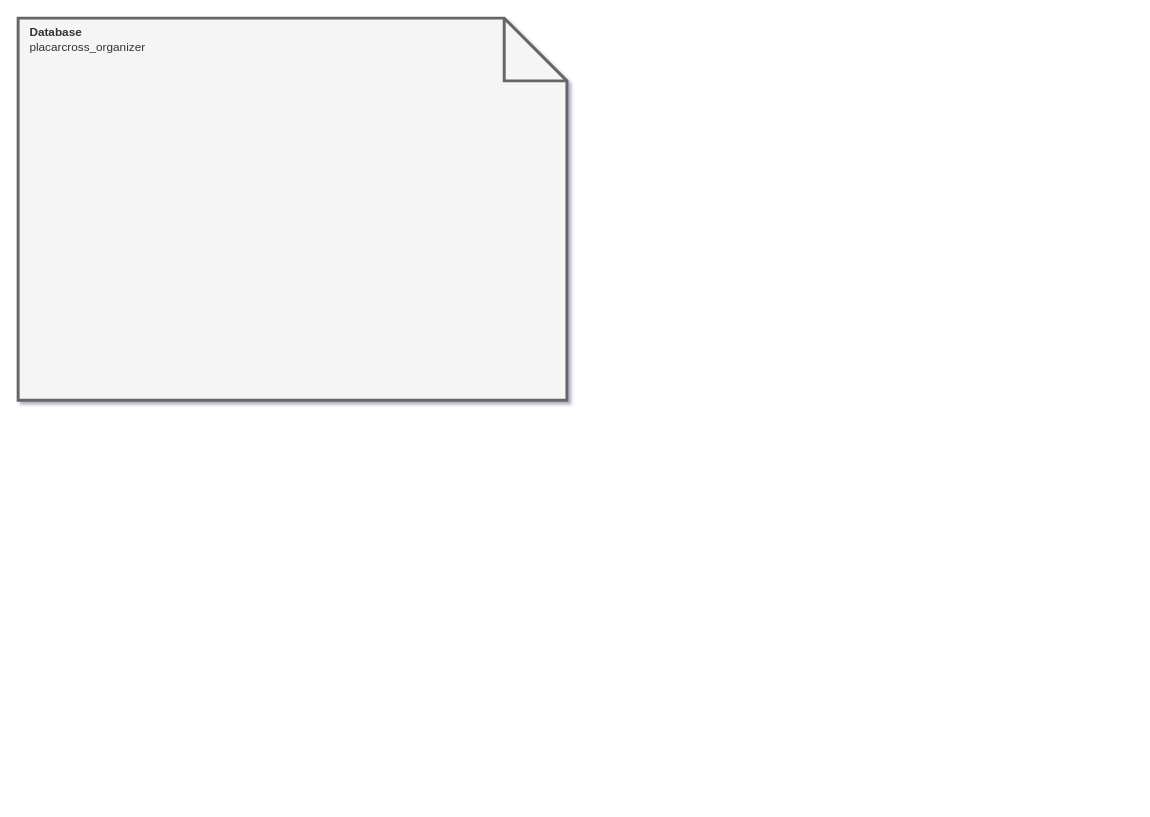
sandromaia87/crossfit keeps this draw.io diagram as page "DB - ORGANIZER" (1 of 4) of relacionamento.drawio. Above is the earlier version. Source tidied: cells renumbered, new cells numbered last; positions are measured from the earlier drawing's top-left corner, leaving out a move shared by most shapes. Both pictures are drawn from the tidied source at 98%, with x=0, y=0 at pixel (18, 18).
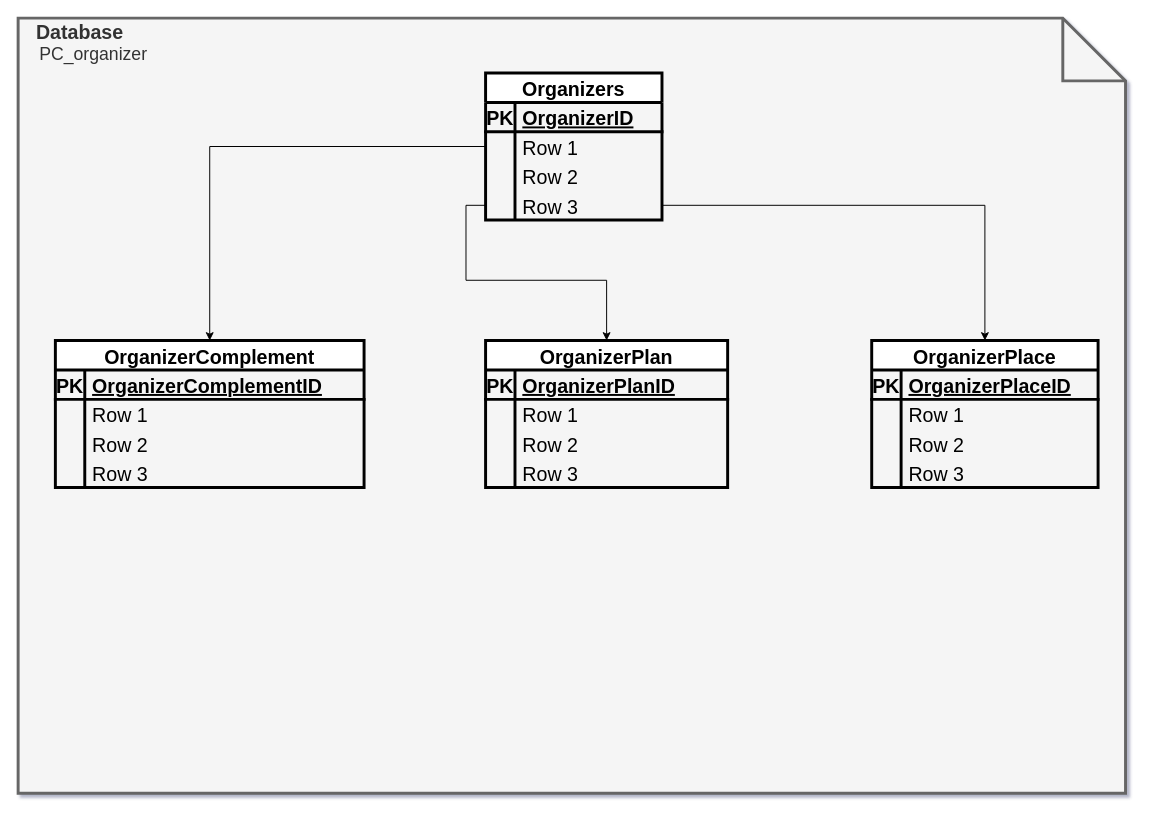
The same diagram, later.

What changed in the source:
```diff
@@
-    <mxCell id="2" value="&lt;div&gt;&amp;nbsp;&amp;nbsp; &lt;b&gt;Database&lt;/b&gt; &lt;br&gt;&lt;/div&gt;&lt;div&gt;&amp;nbsp;&amp;nbsp; placarcross_organizer&lt;br&gt;&lt;/div&gt;&lt;div&gt;&lt;br&gt;&lt;/div&gt;&lt;div&gt;&lt;br&gt;&lt;/div&gt;&lt;div&gt;&lt;br&gt;&lt;/div&gt;&lt;div&gt;&lt;br&gt;&lt;/div&gt;&lt;div&gt;&lt;br&gt;&lt;/div&gt;&lt;div&gt;&lt;br&gt;&lt;/div&gt;&lt;div&gt;&lt;br&gt;&lt;/div&gt;&lt;div&gt;&lt;br&gt;&lt;/div&gt;&lt;div&gt;&lt;br&gt;&lt;/div&gt;&lt;div&gt;&lt;br&gt;&lt;/div&gt;&lt;div&gt;&lt;br&gt;&lt;/div&gt;&lt;div&gt;&lt;br&gt;&lt;/div&gt;&lt;div&gt;&lt;br&gt;&lt;/div&gt;&lt;div&gt;&lt;br&gt;&lt;/div&gt;&lt;div&gt;&lt;br&gt;&lt;/div&gt;&lt;div&gt;&lt;br&gt;&lt;/div&gt;&lt;div&gt;&lt;br&gt;&lt;/div&gt;&lt;div&gt;&lt;br&gt;&lt;/div&gt;&lt;div&gt;&lt;br&gt;&lt;/div&gt;&lt;div&gt;&lt;br&gt;&lt;/div&gt;&lt;div&gt;&lt;br&gt;&lt;/div&gt;&lt;div&gt;&lt;br&gt;&lt;/div&gt;&lt;div&gt;&lt;br&gt;&lt;/div&gt;&lt;div&gt;&lt;br&gt;&lt;/div&gt;" style="shape=note;size=64;whiteSpace=wrap;html=1;align=left;fillColor=#f5f5f5;fontColor=#333333;strokeColor=#666666;gradientColor=none;strokeWidth=3;" parent="1" vertex="1">
-      <mxGeometry width="560" height="390" as="geometry" />
+    <mxCell id="2" value="&lt;div style=&quot;font-size: 20px;&quot;&gt;&lt;font style=&quot;font-size: 20px;&quot;&gt;&amp;nbsp;&amp;nbsp; &lt;b&gt;Database &lt;/b&gt;&lt;br&gt;&lt;/font&gt;&lt;/div&gt;&lt;div style=&quot;font-size: 18px;&quot;&gt;&lt;font style=&quot;font-size: 18px;&quot;&gt;&amp;nbsp; &amp;nbsp; PC_organizer&lt;br&gt;&lt;/font&gt;&lt;/div&gt;&lt;div style=&quot;font-size: 18px;&quot;&gt;&lt;font style=&quot;font-size: 18px;&quot;&gt;&lt;br&gt;&lt;/font&gt;&lt;/div&gt;&lt;div style=&quot;font-size: 18px;&quot;&gt;&lt;font style=&quot;font-size: 18px;&quot;&gt;&lt;br&gt;&lt;/font&gt;&lt;/div&gt;&lt;div style=&quot;font-size: 18px;&quot;&gt;&lt;font style=&quot;font-size: 18px;&quot;&gt;&lt;br&gt;&lt;/font&gt;&lt;/div&gt;&lt;div style=&quot;font-size: 18px;&quot;&gt;&lt;font style=&quot;font-size: 18px;&quot;&gt;&lt;br&gt;&lt;/font&gt;&lt;/div&gt;&lt;div style=&quot;font-size: 18px;&quot;&gt;&lt;font style=&quot;font-size: 18px;&quot;&gt;&lt;br&gt;&lt;/font&gt;&lt;/div&gt;&lt;div style=&quot;font-size: 18px;&quot;&gt;&lt;font style=&quot;font-size: 18px;&quot;&gt;&lt;br&gt;&lt;/font&gt;&lt;/div&gt;&lt;div style=&quot;font-size: 18px;&quot;&gt;&lt;font style=&quot;font-size: 18px;&quot;&gt;&lt;br&gt;&lt;/font&gt;&lt;/div&gt;&lt;div style=&quot;font-size: 18px;&quot;&gt;&lt;font style=&quot;font-size: 18px;&quot;&gt;&lt;br&gt;&lt;/font&gt;&lt;/div&gt;&lt;div style=&quot;font-size: 18px;&quot;&gt;&lt;font style=&quot;font-size: 18px;&quot;&gt;&lt;br&gt;&lt;/font&gt;&lt;/div&gt;&lt;div style=&quot;font-size: 18px;&quot;&gt;&lt;font style=&quot;font-size: 18px;&quot;&gt;&lt;br&gt;&lt;/font&gt;&lt;/div&gt;&lt;div style=&quot;font-size: 18px;&quot;&gt;&lt;font style=&quot;font-size: 18px;&quot;&gt;&lt;br&gt;&lt;/font&gt;&lt;/div&gt;&lt;div style=&quot;font-size: 18px;&quot;&gt;&lt;font style=&quot;font-size: 18px;&quot;&gt;&lt;br&gt;&lt;/font&gt;&lt;/div&gt;&lt;div style=&quot;font-size: 18px;&quot;&gt;&lt;font style=&quot;font-size: 18px;&quot;&gt;&lt;br&gt;&lt;/font&gt;&lt;/div&gt;&lt;div style=&quot;font-size: 18px;&quot;&gt;&lt;font style=&quot;font-size: 18px;&quot;&gt;&lt;br&gt;&lt;/font&gt;&lt;/div&gt;&lt;div style=&quot;font-size: 18px;&quot;&gt;&lt;font style=&quot;font-size: 18px;&quot;&gt;&lt;br&gt;&lt;/font&gt;&lt;/div&gt;&lt;div style=&quot;font-size: 18px;&quot;&gt;&lt;font style=&quot;font-size: 18px;&quot;&gt;&lt;br&gt;&lt;/font&gt;&lt;/div&gt;&lt;div style=&quot;font-size: 18px;&quot;&gt;&lt;font style=&quot;font-size: 18px;&quot;&gt;&lt;br&gt;&lt;/font&gt;&lt;/div&gt;&lt;div style=&quot;font-size: 18px;&quot;&gt;&lt;font style=&quot;font-size: 18px;&quot;&gt;&lt;br&gt;&lt;/font&gt;&lt;/div&gt;&lt;div style=&quot;font-size: 18px;&quot;&gt;&lt;font style=&quot;font-size: 18px;&quot;&gt;&lt;br&gt;&lt;/font&gt;&lt;/div&gt;&lt;div style=&quot;font-size: 18px;&quot;&gt;&lt;font style=&quot;font-size: 18px;&quot;&gt;&lt;br&gt;&lt;/font&gt;&lt;/div&gt;&lt;div style=&quot;font-size: 18px;&quot;&gt;&lt;font style=&quot;font-size: 18px;&quot;&gt;&lt;br&gt;&lt;/font&gt;&lt;/div&gt;&lt;div style=&quot;font-size: 18px;&quot;&gt;&lt;font style=&quot;font-size: 18px;&quot;&gt;&lt;br&gt;&lt;/font&gt;&lt;/div&gt;&lt;div style=&quot;font-size: 18px;&quot;&gt;&lt;font style=&quot;font-size: 18px;&quot;&gt;&lt;br&gt;&lt;/font&gt;&lt;/div&gt;&lt;div style=&quot;font-size: 18px;&quot;&gt;&lt;font style=&quot;font-size: 18px;&quot;&gt;&lt;br&gt;&lt;/font&gt;&lt;/div&gt;&lt;div style=&quot;font-size: 18px;&quot;&gt;&lt;font style=&quot;font-size: 18px;&quot;&gt;&lt;br&gt;&lt;/font&gt;&lt;/div&gt;&lt;div style=&quot;font-size: 18px;&quot;&gt;&lt;font style=&quot;font-size: 18px;&quot;&gt;&lt;br&gt;&lt;/font&gt;&lt;/div&gt;&lt;div style=&quot;font-size: 18px;&quot;&gt;&lt;font style=&quot;font-size: 18px;&quot;&gt;&lt;br&gt;&lt;/font&gt;&lt;/div&gt;&lt;div style=&quot;font-size: 18px;&quot;&gt;&lt;font style=&quot;font-size: 18px;&quot;&gt;&lt;br&gt;&lt;/font&gt;&lt;/div&gt;&lt;div style=&quot;font-size: 18px;&quot;&gt;&lt;font style=&quot;font-size: 18px;&quot;&gt;&lt;br&gt;&lt;/font&gt;&lt;/div&gt;&lt;div&gt;&lt;br&gt;&lt;/div&gt;&lt;div&gt;&lt;br&gt;&lt;/div&gt;&lt;div&gt;&lt;br&gt;&lt;/div&gt;&lt;div&gt;&lt;br&gt;&lt;/div&gt;&lt;div&gt;&lt;br&gt;&lt;/div&gt;&lt;div&gt;&lt;br&gt;&lt;/div&gt;&lt;div&gt;&lt;br&gt;&lt;/div&gt;&lt;div&gt;&lt;br&gt;&lt;/div&gt;" style="shape=note;size=64;whiteSpace=wrap;html=1;align=left;fillColor=#f5f5f5;fontColor=#333333;strokeColor=#666666;gradientColor=none;strokeWidth=3;" parent="1" vertex="1">
+      <mxGeometry width="1130" height="791" as="geometry" />
     </mxCell>
+    <mxCell id="3" value="OrganizerComplement" style="shape=table;startSize=30;childLayout=tableLayout;rowLines=0;fontStyle=1;align=center;strokeWidth=3;fontSize=20;gradientColor=none;" parent="1" vertex="1">
+      <mxGeometry x="38" y="329" width="315" height="150" as="geometry" />
+    </mxCell>
+    <mxCell id="4" style="shape=tableRow;horizontal=0;startSize=0;swimlaneHead=0;swimlaneBody=0;fillColor=none;top=0;left=0;right=0;bottom=1;strokeWidth=3;fontSize=20;" parent="3" vertex="1">
+      <mxGeometry y="30" width="315" height="30" as="geometry" />
+    </mxCell>
+    <mxCell id="5" value="PK" style="shape=partialRectangle;fillColor=none;top=0;left=0;bottom=0;right=0;fontStyle=1;overflow=hidden;strokeWidth=3;fontSize=20;" parent="4" vertex="1">
+      <mxGeometry width="30" height="30" as="geometry" />
+    </mxCell>
+    <mxCell id="6" value="OrganizerComplementID" style="shape=partialRectangle;fillColor=none;top=0;left=0;bottom=0;right=0;align=left;spacingLeft=6;fontStyle=5;overflow=hidden;strokeWidth=3;fontSize=20;" parent="4" vertex="1">
+      <mxGeometry x="30" width="285" height="30" as="geometry" />
+    </mxCell>
+    <mxCell id="7" style="shape=tableRow;horizontal=0;startSize=0;swimlaneHead=0;swimlaneBody=0;fillColor=none;top=0;left=0;right=0;bottom=0;strokeWidth=3;fontSize=20;" parent="3" vertex="1">
+      <mxGeometry y="60" width="315" height="30" as="geometry" />
+    </mxCell>
+    <mxCell id="8" style="shape=partialRectangle;fillColor=none;top=0;left=0;bottom=0;right=0;overflow=hidden;strokeWidth=3;fontSize=20;" parent="7" vertex="1">
+      <mxGeometry width="30" height="30" as="geometry" />
+    </mxCell>
+    <mxCell id="9" value="Row 1" style="shape=partialRectangle;fillColor=none;top=0;left=0;bottom=0;right=0;align=left;spacingLeft=6;overflow=hidden;strokeWidth=3;fontSize=20;" parent="7" vertex="1">
+      <mxGeometry x="30" width="285" height="30" as="geometry" />
+    </mxCell>
+    <mxCell id="10" style="shape=tableRow;horizontal=0;startSize=0;swimlaneHead=0;swimlaneBody=0;fillColor=none;top=0;left=0;right=0;bottom=0;strokeWidth=3;fontSize=20;" parent="3" vertex="1">
+      <mxGeometry y="90" width="315" height="30" as="geometry" />
+    </mxCell>
+    <mxCell id="11" style="shape=partialRectangle;fillColor=none;top=0;left=0;bottom=0;right=0;overflow=hidden;strokeWidth=3;fontSize=20;" parent="10" vertex="1">
+      <mxGeometry width="30" height="30" as="geometry" />
+    </mxCell>
+    <mxCell id="12" value="Row 2" style="shape=partialRectangle;fillColor=none;top=0;left=0;bottom=0;right=0;align=left;spacingLeft=6;overflow=hidden;strokeWidth=3;fontSize=20;" parent="10" vertex="1">
+      <mxGeometry x="30" width="285" height="30" as="geometry" />
+    </mxCell>
+    <mxCell id="13" style="shape=tableRow;horizontal=0;startSize=0;swimlaneHead=0;swimlaneBody=0;fillColor=none;top=0;left=0;right=0;bottom=0;strokeWidth=3;fontSize=20;" parent="3" vertex="1">
+      <mxGeometry y="120" width="315" height="30" as="geometry" />
+    </mxCell>
+    <mxCell id="14" style="shape=partialRectangle;fillColor=none;top=0;left=0;bottom=0;right=0;overflow=hidden;strokeWidth=3;fontSize=20;" parent="13" vertex="1">
+      <mxGeometry width="30" height="30" as="geometry" />
+    </mxCell>
+    <mxCell id="15" value="Row 3" style="shape=partialRectangle;fillColor=none;top=0;left=0;bottom=0;right=0;align=left;spacingLeft=6;overflow=hidden;strokeWidth=3;fontSize=20;" parent="13" vertex="1">
+      <mxGeometry x="30" width="285" height="30" as="geometry" />
+    </mxCell>
+    <mxCell id="16" value="OrganizerPlan" style="shape=table;startSize=30;childLayout=tableLayout;rowLines=0;fontStyle=1;align=center;strokeWidth=3;fontSize=20;gradientColor=none;" parent="1" vertex="1">
+      <mxGeometry x="477" y="329" width="247" height="150" as="geometry" />
+    </mxCell>
+    <mxCell id="17" style="shape=tableRow;horizontal=0;startSize=0;swimlaneHead=0;swimlaneBody=0;fillColor=none;top=0;left=0;right=0;bottom=1;strokeWidth=3;fontSize=20;" parent="16" vertex="1">
+      <mxGeometry y="30" width="247" height="30" as="geometry" />
+    </mxCell>
+    <mxCell id="18" value="PK" style="shape=partialRectangle;fillColor=none;top=0;left=0;bottom=0;right=0;fontStyle=1;overflow=hidden;strokeWidth=3;fontSize=20;" parent="17" vertex="1">
+      <mxGeometry width="30" height="30" as="geometry" />
+    </mxCell>
+    <mxCell id="19" value="OrganizerPlanID" style="shape=partialRectangle;fillColor=none;top=0;left=0;bottom=0;right=0;align=left;spacingLeft=6;fontStyle=5;overflow=hidden;strokeWidth=3;fontSize=20;" parent="17" vertex="1">
+      <mxGeometry x="30" width="217" height="30" as="geometry" />
+    </mxCell>
+    <mxCell id="20" style="shape=tableRow;horizontal=0;startSize=0;swimlaneHead=0;swimlaneBody=0;fillColor=none;top=0;left=0;right=0;bottom=0;strokeWidth=3;fontSize=20;" parent="16" vertex="1">
+      <mxGeometry y="60" width="247" height="30" as="geometry" />
+    </mxCell>
+    <mxCell id="21" style="shape=partialRectangle;fillColor=none;top=0;left=0;bottom=0;right=0;overflow=hidden;strokeWidth=3;fontSize=20;" parent="20" vertex="1">
+      <mxGeometry width="30" height="30" as="geometry" />
+    </mxCell>
+    <mxCell id="22" value="Row 1" style="shape=partialRectangle;fillColor=none;top=0;left=0;bottom=0;right=0;align=left;spacingLeft=6;overflow=hidden;strokeWidth=3;fontSize=20;" parent="20" vertex="1">
+      <mxGeometry x="30" width="217" height="30" as="geometry" />
+    </mxCell>
+    <mxCell id="23" style="shape=tableRow;horizontal=0;startSize=0;swimlaneHead=0;swimlaneBody=0;fillColor=none;top=0;left=0;right=0;bottom=0;strokeWidth=3;fontSize=20;" parent="16" vertex="1">
+      <mxGeometry y="90" width="247" height="30" as="geometry" />
+    </mxCell>
+    <mxCell id="24" style="shape=partialRectangle;fillColor=none;top=0;left=0;bottom=0;right=0;overflow=hidden;strokeWidth=3;fontSize=20;" parent="23" vertex="1">
+      <mxGeometry width="30" height="30" as="geometry" />
+    </mxCell>
+    <mxCell id="25" value="Row 2" style="shape=partialRectangle;fillColor=none;top=0;left=0;bottom=0;right=0;align=left;spacingLeft=6;overflow=hidden;strokeWidth=3;fontSize=20;" parent="23" vertex="1">
+      <mxGeometry x="30" width="217" height="30" as="geometry" />
+    </mxCell>
+    <mxCell id="26" style="shape=tableRow;horizontal=0;startSize=0;swimlaneHead=0;swimlaneBody=0;fillColor=none;top=0;left=0;right=0;bottom=0;strokeWidth=3;fontSize=20;" parent="16" vertex="1">
+      <mxGeometry y="120" width="247" height="30" as="geometry" />
+    </mxCell>
+    <mxCell id="27" style="shape=partialRectangle;fillColor=none;top=0;left=0;bottom=0;right=0;overflow=hidden;strokeWidth=3;fontSize=20;" parent="26" vertex="1">
+      <mxGeometry width="30" height="30" as="geometry" />
+    </mxCell>
+    <mxCell id="28" value="Row 3" style="shape=partialRectangle;fillColor=none;top=0;left=0;bottom=0;right=0;align=left;spacingLeft=6;overflow=hidden;strokeWidth=3;fontSize=20;" parent="26" vertex="1">
+      <mxGeometry x="30" width="217" height="30" as="geometry" />
+    </mxCell>
+    <mxCell id="29" value="OrganizerPlace" style="shape=table;startSize=30;childLayout=tableLayout;rowLines=0;fontStyle=1;align=center;strokeWidth=3;fontSize=20;gradientColor=none;" parent="1" vertex="1">
+      <mxGeometry x="871" y="329" width="231" height="150" as="geometry" />
+    </mxCell>
+    <mxCell id="30" style="shape=tableRow;horizontal=0;startSize=0;swimlaneHead=0;swimlaneBody=0;fillColor=none;top=0;left=0;right=0;bottom=1;strokeWidth=3;fontSize=20;" parent="29" vertex="1">
+      <mxGeometry y="30" width="231" height="30" as="geometry" />
+    </mxCell>
+    <mxCell id="31" value="PK" style="shape=partialRectangle;fillColor=none;top=0;left=0;bottom=0;right=0;fontStyle=1;overflow=hidden;strokeWidth=3;fontSize=20;" parent="30" vertex="1">
+      <mxGeometry width="30" height="30" as="geometry" />
+    </mxCell>
+    <mxCell id="32" value="OrganizerPlaceID" style="shape=partialRectangle;fillColor=none;top=0;left=0;bottom=0;right=0;align=left;spacingLeft=6;fontStyle=5;overflow=hidden;strokeWidth=3;fontSize=20;" parent="30" vertex="1">
+      <mxGeometry x="30" width="201" height="30" as="geometry" />
+    </mxCell>
+    <mxCell id="33" style="shape=tableRow;horizontal=0;startSize=0;swimlaneHead=0;swimlaneBody=0;fillColor=none;top=0;left=0;right=0;bottom=0;strokeWidth=3;fontSize=20;" parent="29" vertex="1">
+      <mxGeometry y="60" width="231" height="30" as="geometry" />
+    </mxCell>
+    <mxCell id="34" style="shape=partialRectangle;fillColor=none;top=0;left=0;bottom=0;right=0;overflow=hidden;strokeWidth=3;fontSize=20;" parent="33" vertex="1">
+      <mxGeometry width="30" height="30" as="geometry" />
+    </mxCell>
+    <mxCell id="35" value="Row 1" style="shape=partialRectangle;fillColor=none;top=0;left=0;bottom=0;right=0;align=left;spacingLeft=6;overflow=hidden;strokeWidth=3;fontSize=20;" parent="33" vertex="1">
+      <mxGeometry x="30" width="201" height="30" as="geometry" />
+    </mxCell>
+    <mxCell id="36" style="shape=tableRow;horizontal=0;startSize=0;swimlaneHead=0;swimlaneBody=0;fillColor=none;top=0;left=0;right=0;bottom=0;strokeWidth=3;fontSize=20;" parent="29" vertex="1">
+      <mxGeometry y="90" width="231" height="30" as="geometry" />
+    </mxCell>
+    <mxCell id="37" style="shape=partialRectangle;fillColor=none;top=0;left=0;bottom=0;right=0;overflow=hidden;strokeWidth=3;fontSize=20;" parent="36" vertex="1">
+      <mxGeometry width="30" height="30" as="geometry" />
+    </mxCell>
+    <mxCell id="38" value="Row 2" style="shape=partialRectangle;fillColor=none;top=0;left=0;bottom=0;right=0;align=left;spacingLeft=6;overflow=hidden;strokeWidth=3;fontSize=20;" parent="36" vertex="1">
+      <mxGeometry x="30" width="201" height="30" as="geometry" />
+    </mxCell>
+    <mxCell id="39" style="shape=tableRow;horizontal=0;startSize=0;swimlaneHead=0;swimlaneBody=0;fillColor=none;top=0;left=0;right=0;bottom=0;strokeWidth=3;fontSize=20;" parent="29" vertex="1">
+      <mxGeometry y="120" width="231" height="30" as="geometry" />
+    </mxCell>
+    <mxCell id="40" style="shape=partialRectangle;fillColor=none;top=0;left=0;bottom=0;right=0;overflow=hidden;strokeWidth=3;fontSize=20;" parent="39" vertex="1">
+      <mxGeometry width="30" height="30" as="geometry" />
+    </mxCell>
+    <mxCell id="41" value="Row 3" style="shape=partialRectangle;fillColor=none;top=0;left=0;bottom=0;right=0;align=left;spacingLeft=6;overflow=hidden;strokeWidth=3;fontSize=20;" parent="39" vertex="1">
+      <mxGeometry x="30" width="201" height="30" as="geometry" />
+    </mxCell>
+    <mxCell id="42" value="Organizers" style="shape=table;startSize=30;childLayout=tableLayout;rowLines=0;fontStyle=1;align=center;strokeWidth=3;fontSize=20;gradientColor=none;" parent="1" vertex="1">
+      <mxGeometry x="477" y="56" width="180" height="150" as="geometry" />
+    </mxCell>
+    <mxCell id="43" style="shape=tableRow;horizontal=0;startSize=0;swimlaneHead=0;swimlaneBody=0;fillColor=none;top=0;left=0;right=0;bottom=1;strokeWidth=3;fontSize=20;" parent="42" vertex="1">
+      <mxGeometry y="30" width="180" height="30" as="geometry" />
+    </mxCell>
+    <mxCell id="44" value="PK" style="shape=partialRectangle;fillColor=none;top=0;left=0;bottom=0;right=0;fontStyle=1;overflow=hidden;strokeWidth=3;fontSize=20;" parent="43" vertex="1">
+      <mxGeometry width="30" height="30" as="geometry" />
+    </mxCell>
+    <mxCell id="45" value="OrganizerID" style="shape=partialRectangle;fillColor=none;top=0;left=0;bottom=0;right=0;align=left;spacingLeft=6;fontStyle=5;overflow=hidden;strokeWidth=3;fontSize=20;" parent="43" vertex="1">
+      <mxGeometry x="30" width="150" height="30" as="geometry" />
+    </mxCell>
+    <mxCell id="46" style="shape=tableRow;horizontal=0;startSize=0;swimlaneHead=0;swimlaneBody=0;fillColor=none;points=[[0,0.5],[1,0.5]];portConstraint=eastwest;top=0;left=0;right=0;bottom=0;strokeWidth=3;fontSize=20;" parent="42" vertex="1">
+      <mxGeometry y="60" width="180" height="30" as="geometry" />
+    </mxCell>
+    <mxCell id="47" style="shape=partialRectangle;fillColor=none;top=0;left=0;bottom=0;right=0;overflow=hidden;strokeWidth=3;fontSize=20;" parent="46" vertex="1">
+      <mxGeometry width="30" height="30" as="geometry" />
+    </mxCell>
+    <mxCell id="48" value="Row 1" style="shape=partialRectangle;fillColor=none;top=0;left=0;bottom=0;right=0;align=left;spacingLeft=6;overflow=hidden;strokeWidth=3;fontSize=20;" parent="46" vertex="1">
+      <mxGeometry x="30" width="150" height="30" as="geometry" />
+    </mxCell>
+    <mxCell id="49" style="shape=tableRow;horizontal=0;startSize=0;swimlaneHead=0;swimlaneBody=0;fillColor=none;top=0;left=0;right=0;bottom=0;strokeWidth=3;fontSize=20;" parent="42" vertex="1">
+      <mxGeometry y="90" width="180" height="30" as="geometry" />
+    </mxCell>
+    <mxCell id="50" style="shape=partialRectangle;fillColor=none;top=0;left=0;bottom=0;right=0;overflow=hidden;strokeWidth=3;fontSize=20;" parent="49" vertex="1">
+      <mxGeometry width="30" height="30" as="geometry" />
+    </mxCell>
+    <mxCell id="51" value="Row 2" style="shape=partialRectangle;fillColor=none;top=0;left=0;bottom=0;right=0;align=left;spacingLeft=6;overflow=hidden;strokeWidth=3;fontSize=20;" parent="49" vertex="1">
+      <mxGeometry x="30" width="150" height="30" as="geometry" />
+    </mxCell>
+    <mxCell id="52" style="shape=tableRow;horizontal=0;startSize=0;swimlaneHead=0;swimlaneBody=0;fillColor=none;points=[[0,0.5],[1,0.5]];portConstraint=eastwest;top=0;left=0;right=0;bottom=0;strokeWidth=3;fontSize=20;" parent="42" vertex="1">
+      <mxGeometry y="120" width="180" height="30" as="geometry" />
+    </mxCell>
+    <mxCell id="53" style="shape=partialRectangle;fillColor=none;top=0;left=0;bottom=0;right=0;overflow=hidden;strokeWidth=3;fontSize=20;" parent="52" vertex="1">
+      <mxGeometry width="30" height="30" as="geometry" />
+    </mxCell>
+    <mxCell id="54" value="Row 3" style="shape=partialRectangle;fillColor=none;top=0;left=0;bottom=0;right=0;align=left;spacingLeft=6;overflow=hidden;strokeWidth=3;fontSize=20;" parent="52" vertex="1">
+      <mxGeometry x="30" width="150" height="30" as="geometry" />
+    </mxCell>
+    <mxCell id="55" style="edgeStyle=orthogonalEdgeStyle;rounded=0;jettySize=auto;html=1;exitX=0;exitY=0.5;exitDx=0;exitDy=0;entryX=0.5;entryY=0;entryDx=0;entryDy=0;fontSize=20;" parent="1" edge="1" source="52" target="16">
+      <mxGeometry relative="1" as="geometry" />
+    </mxCell>
+    <mxCell id="56" style="edgeStyle=orthogonalEdgeStyle;rounded=0;jettySize=auto;html=1;exitX=1;exitY=0.5;exitDx=0;exitDy=0;entryX=0.5;entryY=0;entryDx=0;entryDy=0;fontSize=20;" parent="1" edge="1" source="52" target="29">
+      <mxGeometry relative="1" as="geometry" />
+    </mxCell>
+    <mxCell id="57" style="edgeStyle=orthogonalEdgeStyle;rounded=0;jettySize=auto;html=1;exitX=0;exitY=0.5;exitDx=0;exitDy=0;entryX=0.5;entryY=0;entryDx=0;entryDy=0;fontSize=20;" parent="1" edge="1" source="46" target="3">
+      <mxGeometry relative="1" as="geometry" />
+    </mxCell>
```
